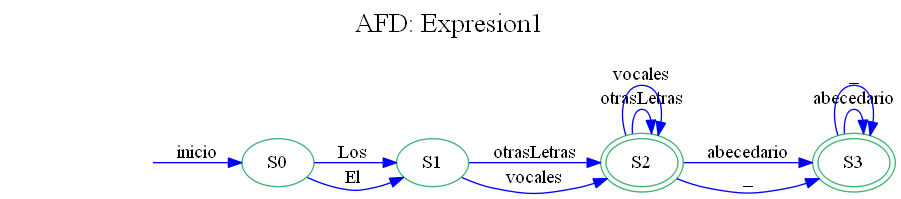
The Graphviz diagram OLC1_Practica1_201701133/AFD0.png in SelvinLP/-OLC1-Practica1_201701133, before a commit. Its source is kept beside it as OLC1_Practica1_201701133/AFD0.dot. Source of this version:
```dot
digraph AFD {
graph [label="AFD: Expresion1", labelloc=t, fontsize=20]; rankdir=LR;edge [color=blue];node [color = mediumseagreen];"S0"[ label=S0]
"S1"[ label=S1]
"S2"[ label=S2]
"S3"[ label=S3]
secret_node [style=invis];
secret_node -> S0 [label="inicio"];S2[peripheries=2];
S3[peripheries=2];
"S0"->"S1"[label="Los "];
"S0"->"S1"[label="El "];
"S1"->"S2"[label="otrasLetras"];
"S1"->"S2"[label="vocales"];
"S2"->"S2"[label="otrasLetras"];
"S2"->"S3"[label="abecedario"];
"S2"->"S3"[label="\_"];
"S2"->"S2"[label="vocales"];
"S3"->"S3"[label="abecedario"];
"S3"->"S3"[label="\_"];

}
```
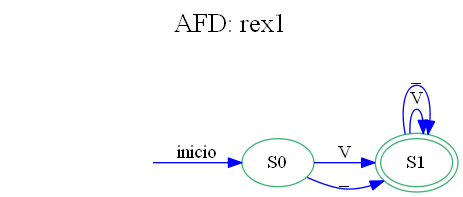
After the commit.

What changed in the source:
```diff
@@ -1,20 +1,11 @@
 digraph AFD {
-graph [label="AFD: Expresion1", labelloc=t, fontsize=20]; rankdir=LR;edge [color=blue];node [color = mediumseagreen];"S0"[ label=S0]
+graph [label="AFD: rex1", labelloc=t, fontsize=20]; rankdir=LR;edge [color=blue];node [color = mediumseagreen];"S0"[ label=S0]
 "S1"[ label=S1]
-"S2"[ label=S2]
-"S3"[ label=S3]
 secret_node [style=invis];
-secret_node -> S0 [label="inicio"];S2[peripheries=2];
-S3[peripheries=2];
-"S0"->"S1"[label="Los "];
-"S0"->"S1"[label="El "];
-"S1"->"S2"[label="otrasLetras"];
-"S1"->"S2"[label="vocales"];
-"S2"->"S2"[label="otrasLetras"];
-"S2"->"S3"[label="abecedario"];
-"S2"->"S3"[label="\_"];
-"S2"->"S2"[label="vocales"];
-"S3"->"S3"[label="abecedario"];
-"S3"->"S3"[label="\_"];
+secret_node -> S0 [label="inicio"];S1[peripheries=2];
+"S0"->"S1"[label="V"];
+"S0"->"S1"[label="\_"];
+"S1"->"S1"[label="V"];
+"S1"->"S1"[label="\_"];
 
 }
```
